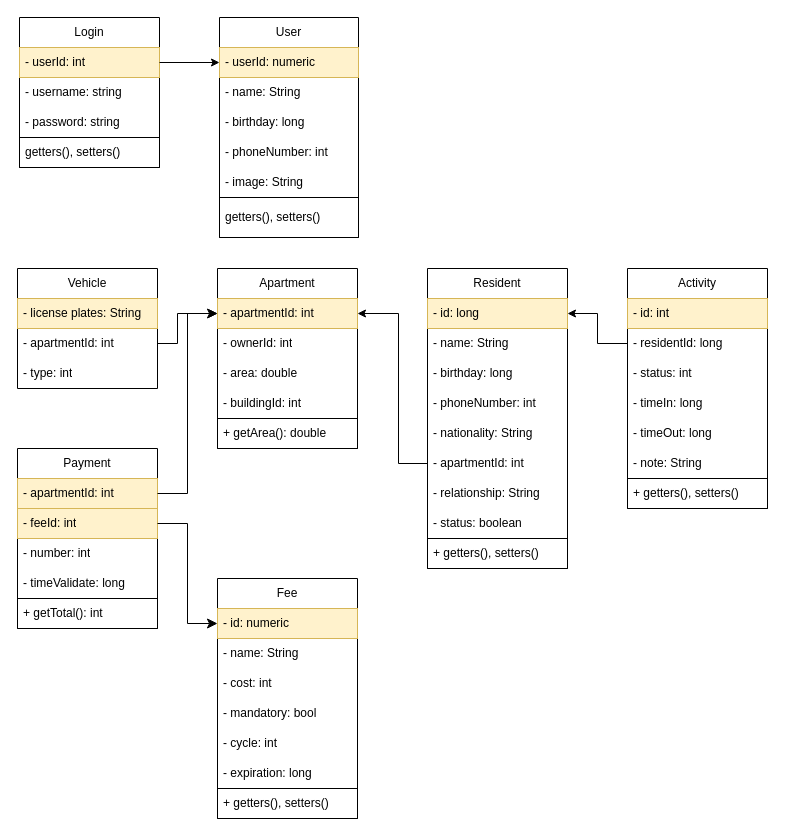
Before: sqlChart.drawio in liguang612/ApartmentManagement, a draw.io diagram. Source tidied: cells renumbered, new cells numbered last; positions are measured from the earlier drawing's top-left corner, leaving out a move shared by most shapes. Both pictures are drawn from the tidied source at 100%, with x=0, y=0 at pixel (17, 17).
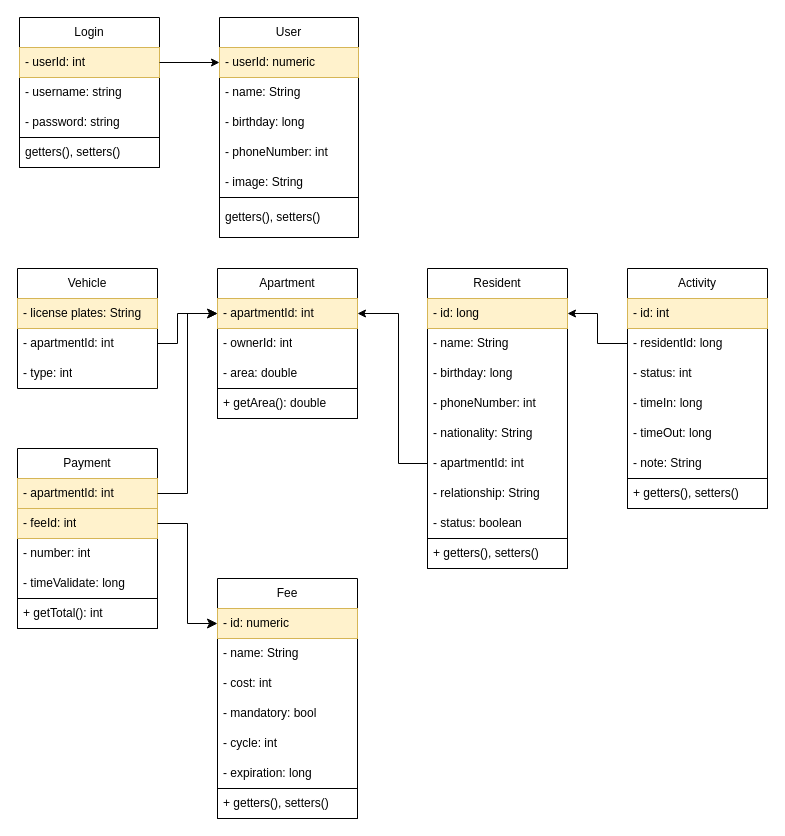
After the change.

The edit, as a diff of the source:
```diff
@@
     <mxCell id="17" value="Apartment" style="swimlane;fontStyle=0;horizontal=1;startSize=30;whiteSpace=wrap;html=1;" parent="1" vertex="1">
-      <mxGeometry x="200" y="251" width="140" height="180" as="geometry" />
+      <mxGeometry x="200" y="251" width="140" height="150" as="geometry" />
     </mxCell>
@@
-    <mxCell id="21" value="- buildingId: int" style="text;strokeColor=none;fillColor=none;align=left;verticalAlign=middle;spacingLeft=4;spacingRight=4;overflow=hidden;whiteSpace=wrap;html=1;" parent="17" vertex="1">
-      <mxGeometry y="120" width="140" height="30" as="geometry" />
-    </mxCell>
     <mxCell id="22" style="swimlane;startSize=0;" parent="17" vertex="1">
-      <mxGeometry y="150" width="140" height="30" as="geometry" />
+      <mxGeometry y="120" width="140" height="30" as="geometry" />
     </mxCell>
```
